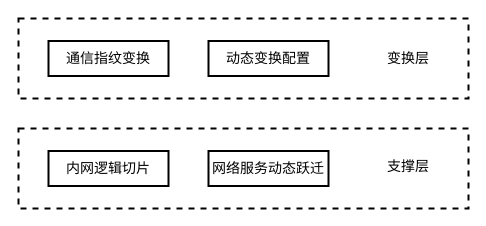
Earlier version of the draw.io diagram 动态变换子系统架构图.drawio (qiuqiu1234/my-test-pro). Source tidied: cells renumbered, new cells numbered last; positions are measured from the earlier drawing's top-left corner, leaving out a move shared by most shapes. Both pictures are drawn from the tidied source at 100%, with x=0, y=0 at pixel (18, 18).
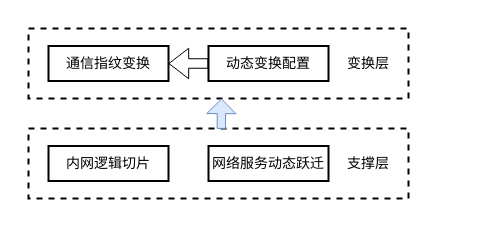
After the change.

Commit message (it also covers changes not shown here):
更新动态变换子系统架构图.drawio

Change to the diagram source:
```diff
@@
 <mxGraphModel>
   <root>
     <mxCell id="0" />
     <mxCell id="1" parent="0" />
     <mxCell id="2" style="rounded=0;whiteSpace=wrap;html=1;fillColor=none;dashed=1;strokeWidth=2;" parent="1" vertex="1">
-      <mxGeometry width="450" height="80" as="geometry" />
+      <mxGeometry x="10" y="10" width="380" height="70" as="geometry" />
     </mxCell>
     <mxCell id="3" value="通信指纹变换" style="rounded=0;whiteSpace=wrap;html=1;strokeWidth=2;fillColor=none;fontSize=14;" parent="1" vertex="1">
-      <mxGeometry x="30" y="22.5" width="120" height="35" as="geometry" />
+      <mxGeometry x="30" y="27.5" width="120" height="35" as="geometry" />
     </mxCell>
     <mxCell id="4" value="动态变换配置" style="rounded=0;whiteSpace=wrap;html=1;strokeWidth=2;fillColor=none;fontSize=14;" parent="1" vertex="1">
-      <mxGeometry x="190" y="22.5" width="120" height="35" as="geometry" />
+      <mxGeometry x="190" y="27.5" width="120" height="35" as="geometry" />
     </mxCell>
     <mxCell id="5" value="变换层" style="text;html=1;strokeColor=none;fillColor=none;align=center;verticalAlign=middle;whiteSpace=wrap;rounded=0;fontSize=14;" parent="1" vertex="1">
-      <mxGeometry x="360" y="25" width="60" height="30" as="geometry" />
+      <mxGeometry x="320" y="30" width="60" height="30" as="geometry" />
     </mxCell>
     <mxCell id="6" style="rounded=0;whiteSpace=wrap;html=1;fillColor=none;dashed=1;strokeWidth=2;" parent="1" vertex="1">
-      <mxGeometry y="110" width="450" height="80" as="geometry" />
+      <mxGeometry x="10" y="110" width="380" height="70" as="geometry" />
     </mxCell>
     <mxCell id="7" value="内网逻辑切片" style="rounded=0;whiteSpace=wrap;html=1;strokeWidth=2;fillColor=none;fontSize=14;" parent="1" vertex="1">
-      <mxGeometry x="30" y="132.5" width="120" height="35" as="geometry" />
+      <mxGeometry x="30" y="127.5" width="120" height="35" as="geometry" />
     </mxCell>
     <mxCell id="8" value="网络服务动态跃迁" style="rounded=0;whiteSpace=wrap;html=1;strokeWidth=2;fillColor=none;fontSize=14;" parent="1" vertex="1">
-      <mxGeometry x="190" y="132.5" width="120" height="35" as="geometry" />
+      <mxGeometry x="190" y="127.5" width="120" height="35" as="geometry" />
     </mxCell>
     <mxCell id="9" value="支撑层" style="text;html=1;strokeColor=none;fillColor=none;align=center;verticalAlign=middle;whiteSpace=wrap;rounded=0;fontSize=14;" parent="1" vertex="1">
-      <mxGeometry x="360" y="132.5" width="60" height="30" as="geometry" />
+      <mxGeometry x="320" y="130" width="60" height="30" as="geometry" />
     </mxCell>
+    <mxCell id="10" style="shape=flexArrow;endArrow=classic;html=1;rounded=0;fontSize=14;exitX=0.512;exitY=0.005;exitDx=0;exitDy=0;exitPerimeter=0;width=8.275862068965518;endSize=4.544827586206897;fillColor=#dae8fc;strokeColor=#6c8ebf;" parent="1" edge="1">
+      <mxGeometry relative="1" as="geometry">
+        <mxPoint x="202.8" y="110.4" as="sourcePoint" />
+        <mxPoint x="203" y="80" as="targetPoint" />
+      </mxGeometry>
+    </mxCell>
+    <mxCell id="11" style="shape=flexArrow;endArrow=classic;html=1;rounded=0;fontSize=14;entryX=1;entryY=0.5;entryDx=0;entryDy=0;exitX=0;exitY=0.5;exitDx=0;exitDy=0;width=9.523809523809524;endSize=6.223809523809524;" parent="1" edge="1" source="4" target="3">
+      <mxGeometry relative="1" as="geometry" />
+    </mxCell>
   </root>
 </mxGraphModel>
```
